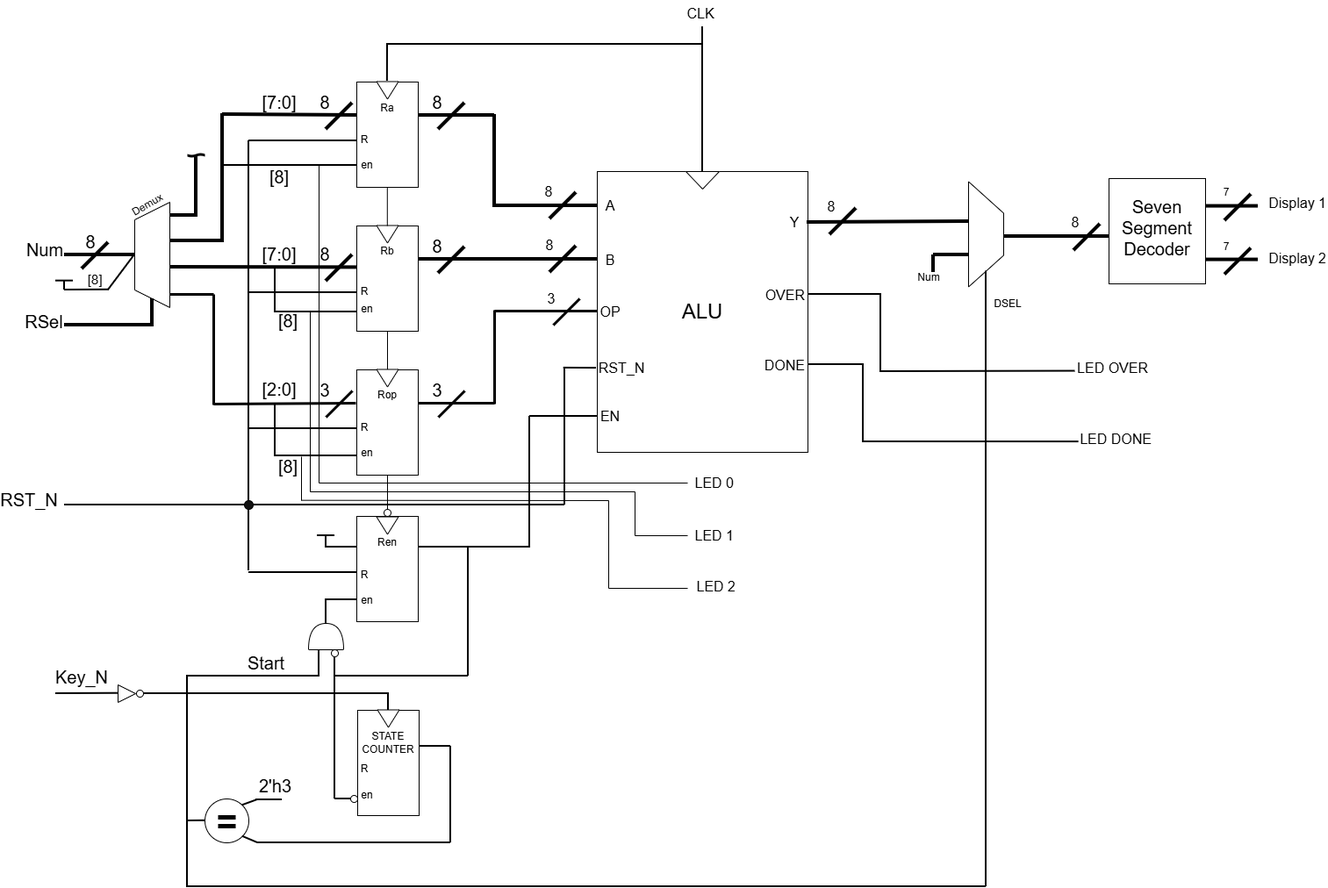
Above: Documentation/Diagrams/alu_demo_schematic.png in MF-ECE2028/Project-ALU (draw.io), before the change. Source tidied: cells renumbered, new cells last; positions are measured from the earlier drawing's top-left corner, leaving out a move shared by most shapes.
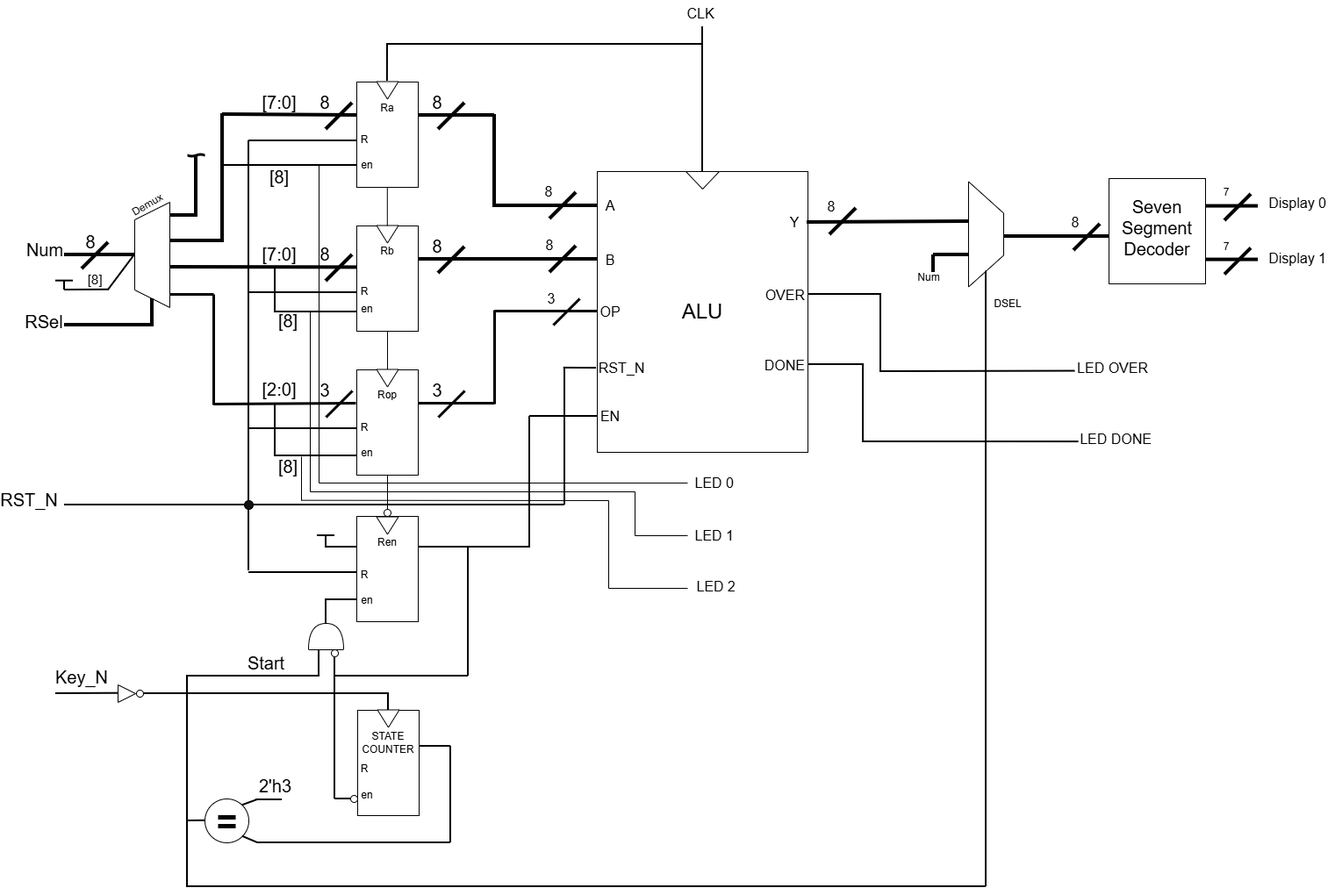
The same diagram one commit later.

Commit message:
fix display numbers

Change to the diagram source:
```diff
@@ -852,10 +852,10 @@
     <mxCell id="185" value="7" style="text;html=1;whiteSpace=wrap;strokeColor=none;fillColor=none;align=center;verticalAlign=middle;rounded=0;" parent="1" vertex="1">
       <mxGeometry x="1379" y="265.5" width="30" height="30" as="geometry" />
     </mxCell>
-    <mxCell id="186" value="&lt;span style=&quot;font-size: 16px;&quot;&gt;Display 1&lt;/span&gt;" style="text;html=1;whiteSpace=wrap;strokeColor=none;fillColor=none;align=right;verticalAlign=middle;rounded=0;" parent="1" vertex="1">
+    <mxCell id="186" value="&lt;span style=&quot;font-size: 16px;&quot;&gt;Display 0&lt;/span&gt;" style="text;html=1;whiteSpace=wrap;strokeColor=none;fillColor=none;align=right;verticalAlign=middle;rounded=0;" parent="1" vertex="1">
       <mxGeometry x="1440" y="216" width="70" height="30" as="geometry" />
     </mxCell>
-    <mxCell id="187" value="&lt;span style=&quot;font-size: 16px;&quot;&gt;Display 2&lt;/span&gt;" style="text;html=1;whiteSpace=wrap;strokeColor=none;fillColor=none;align=right;verticalAlign=middle;rounded=0;" parent="1" vertex="1">
+    <mxCell id="187" value="&lt;span style=&quot;font-size: 16px;&quot;&gt;Display 1&lt;/span&gt;" style="text;html=1;whiteSpace=wrap;strokeColor=none;fillColor=none;align=right;verticalAlign=middle;rounded=0;" parent="1" vertex="1">
       <mxGeometry x="1440" y="279" width="70" height="30" as="geometry" />
     </mxCell>
     <mxCell id="188" style="endArrow=none;html=1;rounded=0;entryX=0.25;entryY=1;entryDx=0;entryDy=0;strokeWidth=1;" parent="1" edge="1">
```
